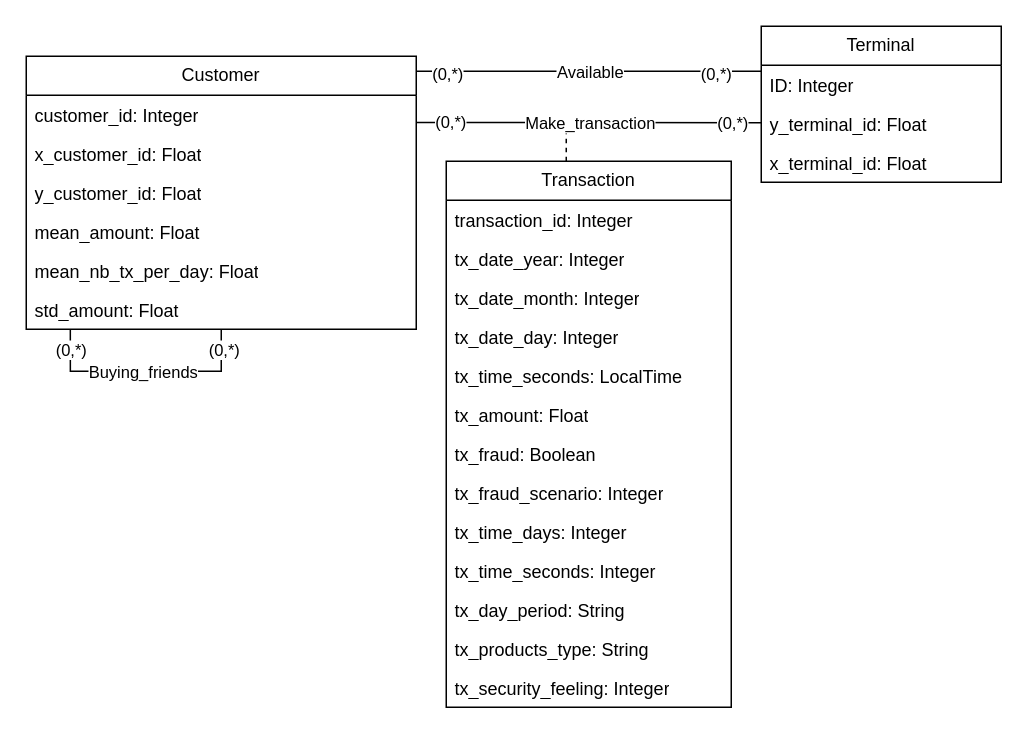
Above: Documentation/assets/Logical model UML.drawio in LucaMaccarini/NewGenerationDBMSSProject (draw.io), before the change. Source tidied: cells renumbered, new cells numbered last; positions are measured from the earlier drawing's top-left corner, leaving out a move shared by most shapes. Both pictures are drawn from the tidied source at 150%, with x=0, y=0 at pixel (26, 26).
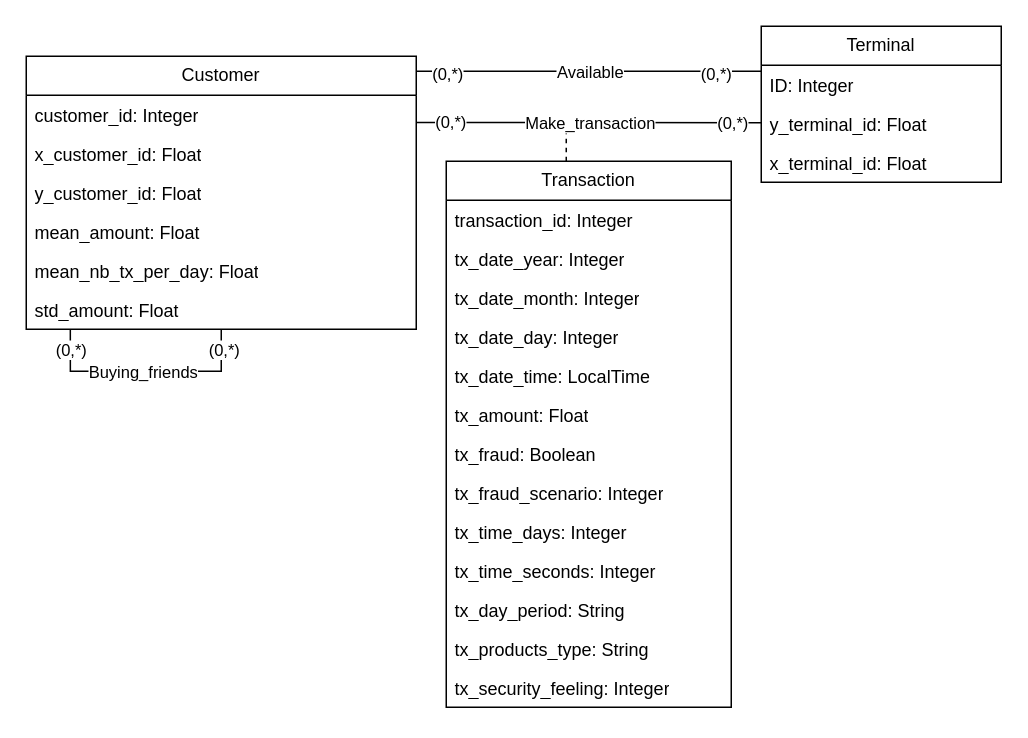
Above is the later version.

The change refers to these unchanged cells:
```xml
<mxCell id="22" value="Transaction" style="swimlane;fontStyle=0;horizontal=1;startSize=26;fillColor=none;whiteSpace=wrap;html=1;" parent="1" vertex="1">
  <mxGeometry x="280" y="90" width="190" height="364" as="geometry" />
</mxCell>
```

What changed in the source:
```diff
@@
-    <mxCell id="27" value="&lt;span class=&quot;n-body-medium line-clamp-3 basis-1/3 font-black&quot;&gt;tx_time_seconds&lt;/span&gt;&lt;span class=&quot;n-body-medium line-clamp-3 basis-1/3 font-black&quot;&gt;:&lt;/span&gt; LocalTime" style="text;strokeColor=none;fillColor=none;align=left;verticalAlign=top;spacingLeft=4;spacingRight=4;overflow=hidden;whiteSpace=wrap;html=1;" parent="22" vertex="1">
+    <mxCell id="27" value="&lt;span class=&quot;n-body-medium line-clamp-3 basis-1/3 font-black&quot;&gt;tx_date_time&lt;/span&gt;&lt;span class=&quot;n-body-medium line-clamp-3 basis-1/3 font-black&quot;&gt;:&lt;/span&gt; LocalTime" style="text;strokeColor=none;fillColor=none;align=left;verticalAlign=top;spacingLeft=4;spacingRight=4;overflow=hidden;whiteSpace=wrap;html=1;" parent="22" vertex="1">
       <mxGeometry y="130" width="190" height="26" as="geometry" />
     </mxCell>
```
